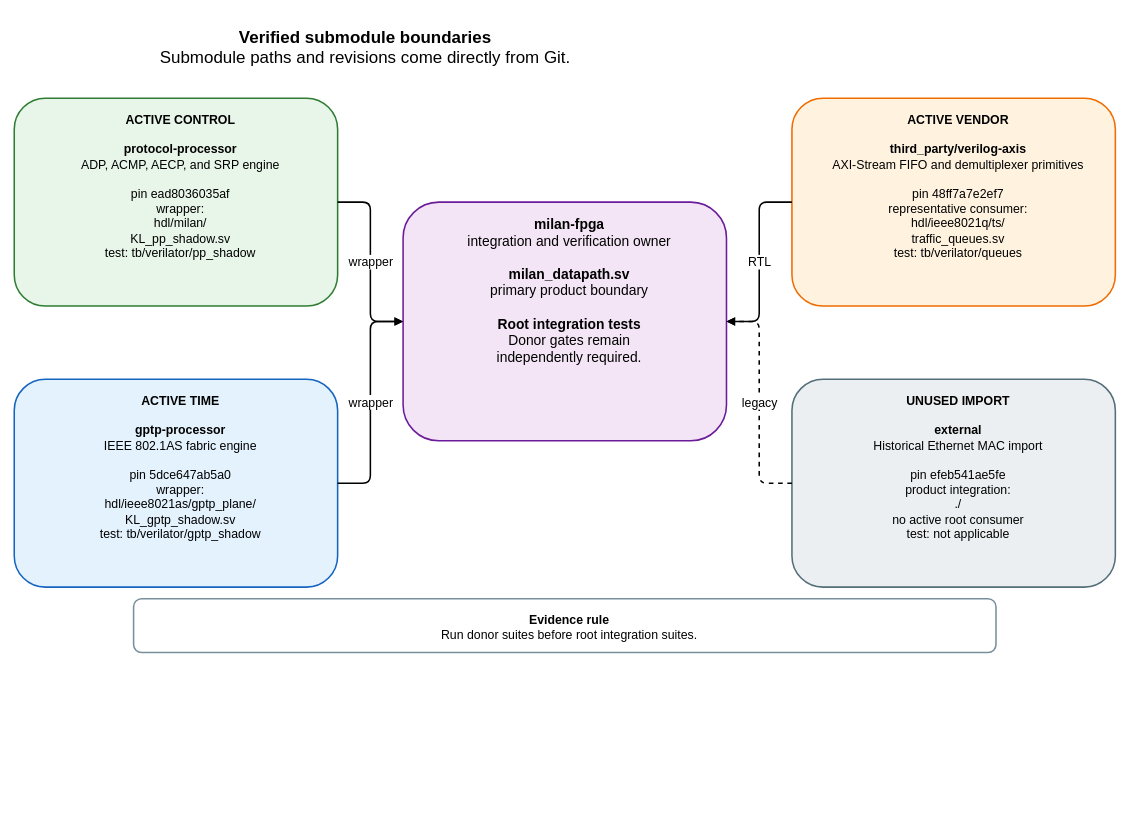
kebag-logic/milan-fpga keeps this draw.io diagram as docs/diagrams/submodule_boundaries.drawio. Above is the earlier version. Source tidied: cells renumbered, new cells numbered last; positions are measured from the earlier drawing's top-left corner, leaving out a move shared by most shapes. Both pictures are drawn from the tidied source at 77%, with x=0, y=0 at pixel (14, 13).
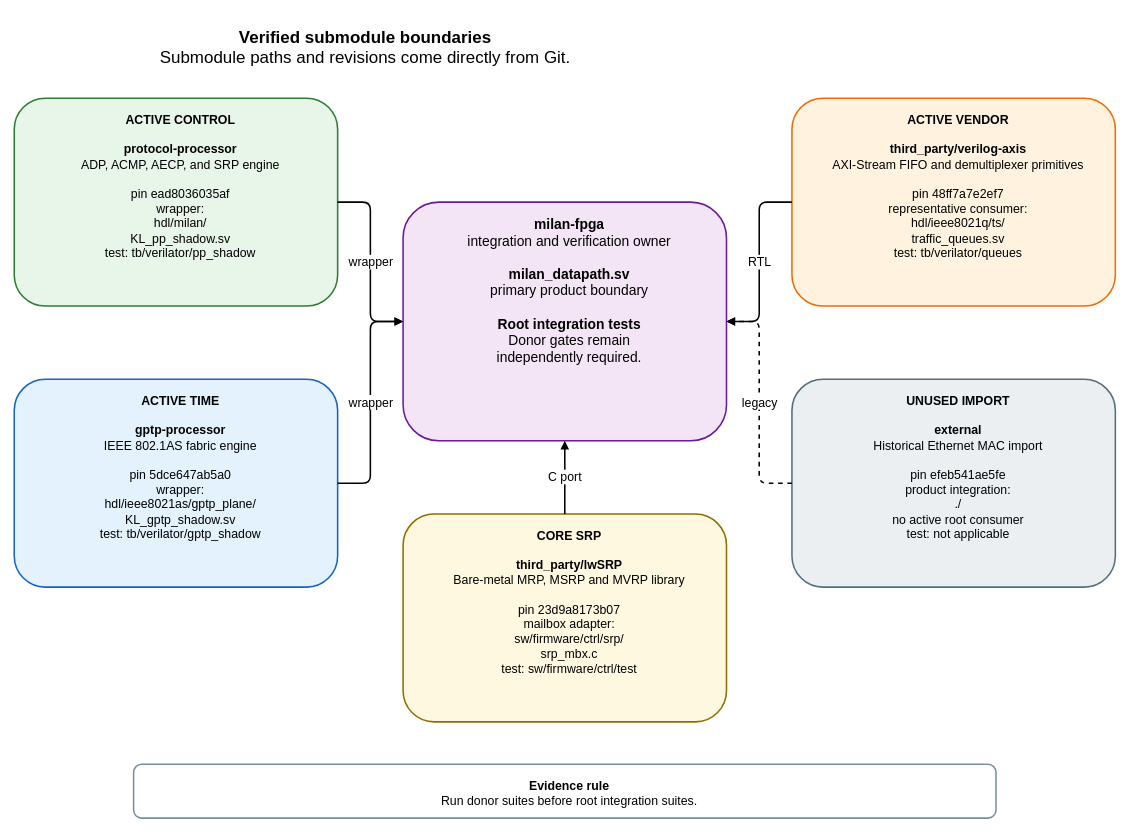
After the change.

The edit, as a diff of the source:
```diff
@@
 <mxGraphModel>
   <root>
     <mxCell id="0" />
     <mxCell id="1" parent="0" />
     <mxCell id="2" value="&lt;b&gt;Verified submodule boundaries&lt;/b&gt;&lt;br&gt;Submodule paths and revisions come directly from Git." style="rounded=1;whiteSpace=wrap;html=1;verticalAlign=top;spacingTop=12;spacingLeft=12;fontSize=22;fontFamily=Helvetica;fillColor=none;strokeColor=none;strokeWidth=2;" parent="1" vertex="1">
       <mxGeometry width="900" height="65" as="geometry" />
     </mxCell>
     <mxCell id="3" value="&lt;b&gt;milan-fpga&lt;/b&gt;&lt;br&gt;integration and verification owner&lt;br&gt;&lt;br&gt;&lt;b&gt;milan_datapath.sv&lt;/b&gt;&lt;br&gt;primary product boundary&lt;br&gt;&lt;br&gt;&lt;b&gt;Root integration tests&lt;/b&gt;&lt;br&gt;Donor gates remain&lt;br&gt;independently required." style="rounded=1;whiteSpace=wrap;html=1;verticalAlign=top;spacingTop=12;spacingLeft=12;fontSize=18;fontFamily=Helvetica;fillColor=#F3E5F5;strokeColor=#6A1B9A;strokeWidth=2;" parent="1" vertex="1">
       <mxGeometry x="505" y="245" width="420" height="310" as="geometry" />
     </mxCell>
     <mxCell id="4" value="&lt;b&gt;ACTIVE CONTROL&lt;/b&gt;&lt;br&gt;&lt;br&gt;&lt;b&gt;protocol-processor&lt;/b&gt;&lt;br&gt;ADP, ACMP, AECP, and SRP engine&lt;br&gt;&lt;br&gt;pin ead8036035af&lt;br&gt;wrapper:&lt;br&gt;hdl/milan/&lt;br&gt;KL_pp_shadow.sv&lt;br&gt;test: tb/verilator/pp_shadow" style="rounded=1;whiteSpace=wrap;html=1;verticalAlign=top;spacingTop=12;spacingLeft=12;fontSize=16;fontFamily=Helvetica;fillColor=#E8F5E9;strokeColor=#2E7D32;strokeWidth=2;" parent="1" vertex="1">
       <mxGeometry y="110" width="420" height="270" as="geometry" />
     </mxCell>
     <mxCell id="5" value="&lt;b&gt;ACTIVE TIME&lt;/b&gt;&lt;br&gt;&lt;br&gt;&lt;b&gt;gptp-processor&lt;/b&gt;&lt;br&gt;IEEE 802.1AS fabric engine&lt;br&gt;&lt;br&gt;pin 5dce647ab5a0&lt;br&gt;wrapper:&lt;br&gt;hdl/ieee8021as/gptp_plane/&lt;br&gt;KL_gptp_shadow.sv&lt;br&gt;test: tb/verilator/gptp_shadow" style="rounded=1;whiteSpace=wrap;html=1;verticalAlign=top;spacingTop=12;spacingLeft=12;fontSize=16;fontFamily=Helvetica;fillColor=#E3F2FD;strokeColor=#1565C0;strokeWidth=2;" parent="1" vertex="1">
       <mxGeometry y="475" width="420" height="270" as="geometry" />
     </mxCell>
     <mxCell id="6" value="&lt;b&gt;ACTIVE VENDOR&lt;/b&gt;&lt;br&gt;&lt;br&gt;&lt;b&gt;third_party/verilog-axis&lt;/b&gt;&lt;br&gt;AXI-Stream FIFO and demultiplexer primitives&lt;br&gt;&lt;br&gt;pin 48ff7a7e2ef7&lt;br&gt;representative consumer:&lt;br&gt;hdl/ieee8021q/ts/&lt;br&gt;traffic_queues.sv&lt;br&gt;test: tb/verilator/queues" style="rounded=1;whiteSpace=wrap;html=1;verticalAlign=top;spacingTop=12;spacingLeft=12;fontSize=16;fontFamily=Helvetica;fillColor=#FFF3E0;strokeColor=#EF6C00;strokeWidth=2;" parent="1" vertex="1">
       <mxGeometry x="1010" y="110" width="420" height="270" as="geometry" />
     </mxCell>
     <mxCell id="7" value="&lt;b&gt;UNUSED IMPORT&lt;/b&gt;&lt;br&gt;&lt;br&gt;&lt;b&gt;external&lt;/b&gt;&lt;br&gt;Historical Ethernet MAC import&lt;br&gt;&lt;br&gt;pin efeb541ae5fe&lt;br&gt;product integration:&lt;br&gt;./&lt;br&gt;no active root consumer&lt;br&gt;test: not applicable" style="rounded=1;whiteSpace=wrap;html=1;verticalAlign=top;spacingTop=12;spacingLeft=12;fontSize=16;fontFamily=Helvetica;fillColor=#ECEFF1;strokeColor=#546E7A;strokeWidth=2;" parent="1" vertex="1">
       <mxGeometry x="1010" y="475" width="420" height="270" as="geometry" />
     </mxCell>
+    <mxCell id="13" value="&lt;b&gt;CORE SRP&lt;/b&gt;&lt;br&gt;&lt;br&gt;&lt;b&gt;third_party/lwSRP&lt;/b&gt;&lt;br&gt;Bare-metal MRP, MSRP and MVRP library&lt;br&gt;&lt;br&gt;pin 23d9a8173b07&lt;br&gt;mailbox adapter:&lt;br&gt;sw/firmware/ctrl/srp/&lt;br&gt;srp_mbx.c&lt;br&gt;test: sw/firmware/ctrl/test" style="rounded=1;whiteSpace=wrap;html=1;verticalAlign=top;spacingTop=12;spacingLeft=12;fontSize=16;fontFamily=Helvetica;fillColor=#FFF8E1;strokeColor=#8D6E00;strokeWidth=2;" parent="1" vertex="1">
+      <mxGeometry x="505" y="650" width="420" height="270" as="geometry" />
+    </mxCell>
     <mxCell id="8" value="wrapper" style="edgeStyle=orthogonalEdgeStyle;rounded=1;jettySize=auto;html=1;endArrow=block;endFill=1;strokeWidth=2;fontSize=16;fontFamily=Helvetica;labelBackgroundColor=#FFFFFF;" parent="1" edge="1" source="4" target="3">
       <mxGeometry relative="1" as="geometry" />
     </mxCell>
     <mxCell id="9" value="wrapper" style="edgeStyle=orthogonalEdgeStyle;rounded=1;jettySize=auto;html=1;endArrow=block;endFill=1;strokeWidth=2;fontSize=16;fontFamily=Helvetica;labelBackgroundColor=#FFFFFF;" parent="1" edge="1" source="5" target="3">
       <mxGeometry relative="1" as="geometry" />
     </mxCell>
     <mxCell id="10" value="RTL" style="edgeStyle=orthogonalEdgeStyle;rounded=1;jettySize=auto;html=1;endArrow=block;endFill=1;strokeWidth=2;fontSize=16;fontFamily=Helvetica;labelBackgroundColor=#FFFFFF;" parent="1" edge="1" source="6" target="3">
       <mxGeometry relative="1" as="geometry" />
     </mxCell>
     <mxCell id="11" value="legacy" style="edgeStyle=orthogonalEdgeStyle;rounded=1;jettySize=auto;html=1;endArrow=block;endFill=1;strokeWidth=2;fontSize=16;fontFamily=Helvetica;labelBackgroundColor=#FFFFFF;dashed=1;" parent="1" edge="1" source="7" target="3">
       <mxGeometry relative="1" as="geometry" />
     </mxCell>
+    <mxCell id="14" value="C port" style="edgeStyle=orthogonalEdgeStyle;rounded=1;jettySize=auto;html=1;endArrow=block;endFill=1;strokeWidth=2;fontSize=16;fontFamily=Helvetica;labelBackgroundColor=#FFFFFF;" parent="1" edge="1" source="13" target="3">
+      <mxGeometry relative="1" as="geometry" />
+    </mxCell>
     <mxCell id="12" value="&lt;b&gt;Evidence rule&lt;/b&gt;&lt;br&gt;Run donor suites before root integration suites." style="rounded=1;whiteSpace=wrap;html=1;verticalAlign=top;spacingTop=12;spacingLeft=12;fontSize=16;fontFamily=Helvetica;fillColor=#FFFFFF;strokeColor=#78909C;strokeWidth=2;" parent="1" vertex="1">
-      <mxGeometry x="155" y="760" width="1120" height="70" as="geometry" />
+      <mxGeometry x="155" y="975" width="1120" height="70" as="geometry" />
     </mxCell>
   </root>
 </mxGraphModel>
```
